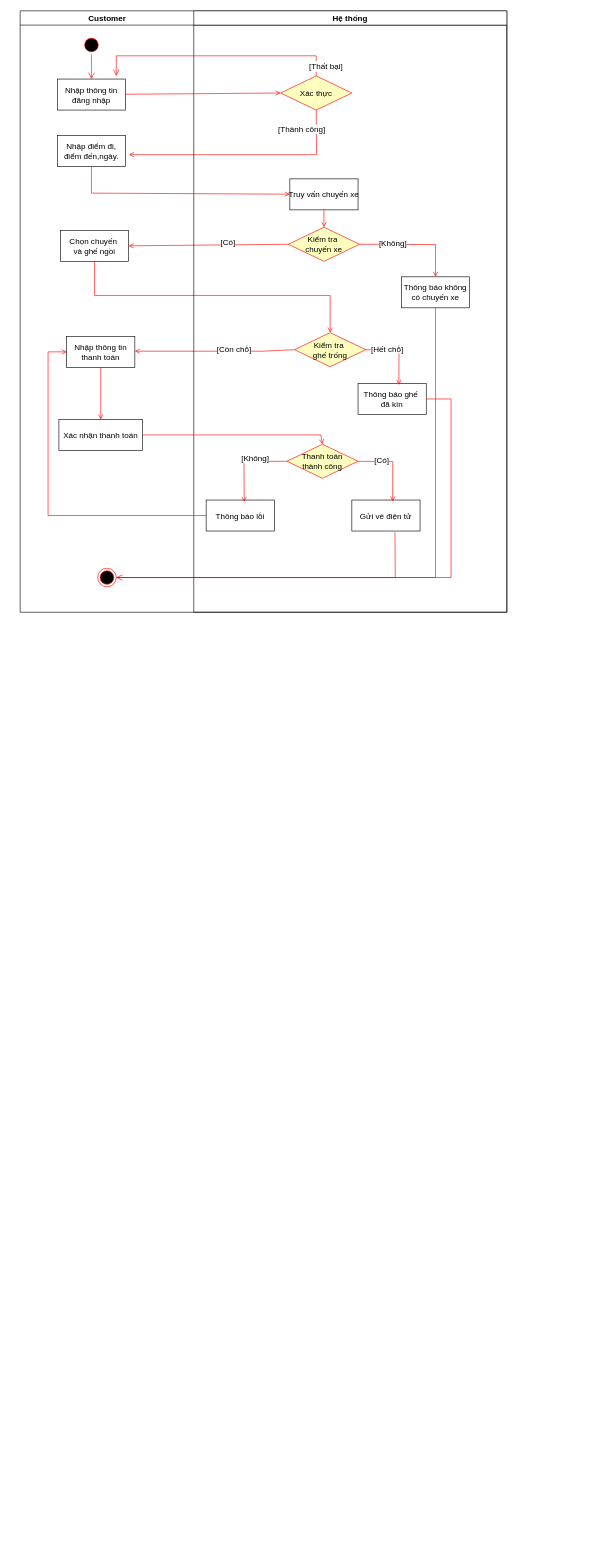
Above: Biểu đồ không có tiêu đề.drawio in anhquan1111/PBL3 (draw.io), before the change. Source tidied: cells renumbered, new cells numbered last; positions are measured from the earlier drawing's top-left corner, leaving out a move shared by most shapes. Both pictures are drawn from the tidied source at 62%, with x=0, y=0 at pixel (20, 11).
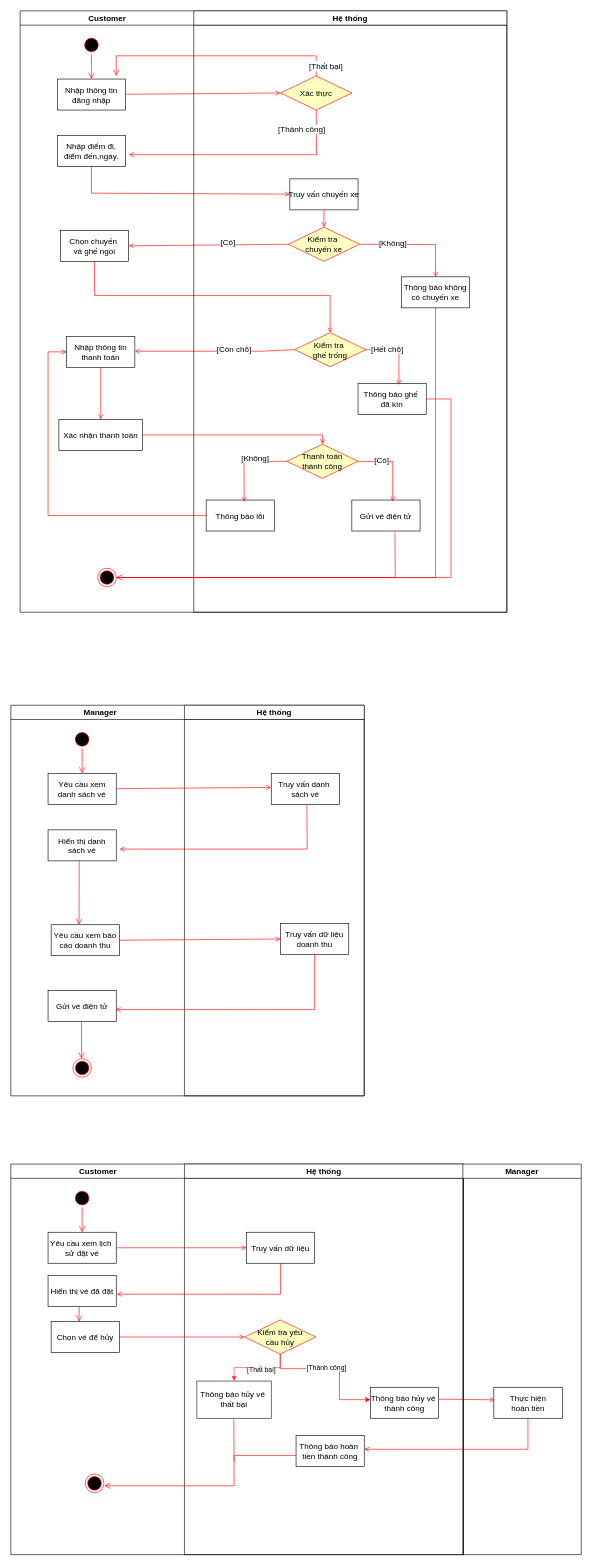
The same diagram, later.

Commit message:
Cập nhật Biểu đồ không có tiêu đề.drawio

Unchanged cells that the change refers to:
```xml
<mxCell id="27" value="Xác nhận thanh toán" style="fontSize=13;" parent="2" vertex="1">
  <mxGeometry x="62.5" y="659" width="135" height="50" as="geometry" />
</mxCell>
<mxCell id="34" value="Thanh toán&#10;thành công" style="rhombus;fillColor=#ffffc0;strokeColor=#ff0000;fontSize=13;" parent="29" vertex="1">
  <mxGeometry x="150" y="699" width="115" height="55" as="geometry" />
</mxCell>
```

Change to the diagram source:
```diff
@@
     <mxCell id="45" style="endArrow=open;strokeColor=#FF0000;endFill=1;rounded=0;entryX=0.5;entryY=0;entryDx=0;entryDy=0;exitX=1;exitY=0.5;exitDx=0;exitDy=0;fontSize=13;" parent="1" edge="1" source="27" target="34">
       <mxGeometry relative="1" as="geometry">
         <Array as="points">
-          <mxPoint x="485" y="684" />
+          <mxPoint x="488" y="684" />
         </Array>
       </mxGeometry>
     </mxCell>
+    <mxCell id="46" value="                                Manager" style="swimlane;whiteSpace=wrap;align=left;fontSize=13;" parent="1" vertex="1">
+      <mxGeometry x="-15" y="1120" width="570" height="630" as="geometry" />
+    </mxCell>
+    <mxCell id="47" style="ellipse;shape=startState;fillColor=#000000;strokeColor=#ff0000;fontSize=13;" parent="46" vertex="1">
+      <mxGeometry x="100" y="40" width="30" height="30" as="geometry" />
+    </mxCell>
+    <mxCell id="48" style="edgeStyle=elbowEdgeStyle;elbow=horizontal;verticalAlign=bottom;endArrow=open;endSize=8;strokeColor=#FF0000;endFill=1;rounded=0;fontSize=13;" parent="46" edge="1" source="47" target="49">
+      <mxGeometry x="100" y="40" as="geometry" />
+    </mxCell>
+    <mxCell id="49" value="Yêu cầu xem&#10;danh sách vé" style="fontSize=13;" parent="46" vertex="1">
+      <mxGeometry x="60" y="110" width="110" height="50" as="geometry" />
+    </mxCell>
+    <mxCell id="50" value="Hiển thị danh&#10;sách vé" style="fontSize=13;" parent="46" vertex="1">
+      <mxGeometry x="60" y="201" width="110" height="50" as="geometry" />
+    </mxCell>
+    <mxCell id="51" style="endArrow=open;strokeColor=#FF0000;endFill=1;rounded=0;exitX=0.5;exitY=1;exitDx=0;exitDy=0;fontSize=13;" parent="46" edge="1">
+      <mxGeometry relative="1" as="geometry">
+        <mxPoint x="477.5" y="160" as="sourcePoint" />
+        <mxPoint x="175.5" y="232" as="targetPoint" />
+        <Array as="points">
+          <mxPoint x="478" y="232" />
+        </Array>
+      </mxGeometry>
+    </mxCell>
+    <mxCell id="52" value="Yêu cầu xem báo&#10;cáo doanh thu" style="fontSize=13;" parent="46" vertex="1">
+      <mxGeometry x="65" y="354" width="110" height="50" as="geometry" />
+    </mxCell>
+    <mxCell id="53" style="ellipse;shape=endState;fillColor=#000000;strokeColor=#ff0000;fontSize=13;" parent="46" vertex="1">
+      <mxGeometry x="100" y="570" width="30" height="30" as="geometry" />
+    </mxCell>
+    <mxCell id="54" style="edgeStyle=elbowEdgeStyle;elbow=horizontal;verticalAlign=bottom;endArrow=open;endSize=8;strokeColor=#FF0000;endFill=1;rounded=0;fontSize=13;exitX=0.457;exitY=0.986;exitDx=0;exitDy=0;exitPerimeter=0;entryX=0.408;entryY=0.006;entryDx=0;entryDy=0;entryPerimeter=0;" parent="46" edge="1" source="50" target="52">
+      <mxGeometry x="-50" y="-1210" as="geometry" />
+    </mxCell>
+    <mxCell id="55" value="Gửi vé điện tử" style="fontSize=13;" parent="46" vertex="1">
+      <mxGeometry x="60" y="460" width="110" height="50" as="geometry" />
+    </mxCell>
+    <mxCell id="56" style="edgeStyle=elbowEdgeStyle;elbow=horizontal;verticalAlign=bottom;endArrow=open;endSize=8;strokeColor=#FF0000;endFill=1;rounded=0;fontSize=13;" parent="46" edge="1" source="55">
+      <mxGeometry x="-200" y="-2460" as="geometry">
+        <mxPoint x="114" y="570" as="targetPoint" />
+      </mxGeometry>
+    </mxCell>
+    <mxCell id="57" value="Hệ thống" style="swimlane;whiteSpace=wrap;fontSize=13;startSize=23;" parent="1" vertex="1">
+      <mxGeometry x="265" y="1120" width="290" height="630" as="geometry" />
+    </mxCell>
+    <mxCell id="58" value="Truy vấn danh &#10;sách vé" style="fontSize=13;" parent="57" vertex="1">
+      <mxGeometry x="140" y="110" width="110" height="50" as="geometry" />
+    </mxCell>
+    <mxCell id="59" value="Truy vấn dữ liệu&#10;doanh thu" style="fontSize=13;" parent="57" vertex="1">
+      <mxGeometry x="155" y="352" width="110" height="50" as="geometry" />
+    </mxCell>
+    <mxCell id="60" style="endArrow=open;strokeColor=#FF0000;endFill=1;rounded=0;entryX=0;entryY=0.5;entryDx=0;entryDy=0;fontSize=13;" parent="1" edge="1" source="49">
+      <mxGeometry relative="1" as="geometry">
+        <mxPoint x="405" y="1252.5" as="targetPoint" />
+      </mxGeometry>
+    </mxCell>
+    <mxCell id="61" style="endArrow=open;strokeColor=#FF0000;endFill=1;rounded=0;exitX=1;exitY=0.5;exitDx=0;exitDy=0;entryX=0;entryY=0.5;entryDx=0;entryDy=0;fontSize=13;" parent="1" edge="1" source="52" target="59">
+      <mxGeometry relative="1" as="geometry" />
+    </mxCell>
+    <mxCell id="62" style="endArrow=open;strokeColor=#FF0000;endFill=1;rounded=0;exitX=0.5;exitY=1;exitDx=0;exitDy=0;fontSize=13;entryX=0.991;entryY=0.617;entryDx=0;entryDy=0;entryPerimeter=0;" parent="1" edge="1" source="59" target="55">
+      <mxGeometry relative="1" as="geometry">
+        <Array as="points">
+          <mxPoint x="475" y="1611" />
+        </Array>
+      </mxGeometry>
+    </mxCell>
+    <mxCell id="63" value="                              Customer" style="swimlane;whiteSpace=wrap;align=left;fontSize=13;" parent="1" vertex="1">
+      <mxGeometry x="-15" y="1860" width="730" height="630" as="geometry" />
+    </mxCell>
+    <mxCell id="64" style="ellipse;shape=startState;fillColor=#000000;strokeColor=#ff0000;fontSize=13;" parent="63" vertex="1">
+      <mxGeometry x="100" y="40" width="30" height="30" as="geometry" />
+    </mxCell>
+    <mxCell id="65" style="edgeStyle=elbowEdgeStyle;elbow=horizontal;verticalAlign=bottom;endArrow=open;endSize=8;strokeColor=#FF0000;endFill=1;rounded=0;fontSize=13;" parent="63" edge="1" source="64" target="66">
+      <mxGeometry x="100" y="40" as="geometry" />
+    </mxCell>
+    <mxCell id="66" value="Yêu cầu xem lịch &#10;sử đặt vé" style="fontSize=13;" parent="63" vertex="1">
+      <mxGeometry x="60" y="110" width="110" height="50" as="geometry" />
+    </mxCell>
+    <mxCell id="67" value="Hiển thị vé đã đặt" style="fontSize=13;" parent="63" vertex="1">
+      <mxGeometry x="60" y="180" width="110" height="50" as="geometry" />
+    </mxCell>
+    <mxCell id="68" style="edgeStyle=elbowEdgeStyle;elbow=horizontal;verticalAlign=bottom;endArrow=open;endSize=8;strokeColor=#FF0000;endFill=1;rounded=0;fontSize=13;exitX=0.457;exitY=0.986;exitDx=0;exitDy=0;exitPerimeter=0;entryX=0.408;entryY=0.006;entryDx=0;entryDy=0;entryPerimeter=0;" parent="63" edge="1" source="67" target="69">
+      <mxGeometry x="-50" y="-1210" as="geometry" />
+    </mxCell>
+    <mxCell id="69" value="Chọn vé để hủy" style="fontSize=13;" parent="63" vertex="1">
+      <mxGeometry x="65" y="254" width="110" height="50" as="geometry" />
+    </mxCell>
+    <mxCell id="70" style="ellipse;shape=endState;fillColor=#000000;strokeColor=#ff0000;fontSize=13;" parent="63" vertex="1">
+      <mxGeometry x="120" y="500" width="30" height="30" as="geometry" />
+    </mxCell>
+    <mxCell id="71" value="Hệ thống" style="swimlane;whiteSpace=wrap;fontSize=13;startSize=23;" parent="1" vertex="1">
+      <mxGeometry x="265" y="1860" width="450" height="630" as="geometry" />
+    </mxCell>
+    <mxCell id="72" value="Truy vấn dữ liệu" style="fontSize=13;" parent="71" vertex="1">
+      <mxGeometry x="100" y="110" width="110" height="50" as="geometry" />
+    </mxCell>
+    <mxCell id="73" style="edgeStyle=orthogonalEdgeStyle;rounded=0;jettySize=auto;html=1;strokeColor=#FF3333;" parent="71" edge="1" source="75" target="76">
+      <mxGeometry relative="1" as="geometry" />
+    </mxCell>
+    <mxCell id="74" value="[Thất bại]" style="edgeLabel;html=1;align=center;verticalAlign=middle;" parent="73" vertex="1">
+      <mxGeometry x="-0.11" y="3" relative="1" as="geometry" />
+    </mxCell>
+    <mxCell id="75" value="Kiểm tra yêu&#10;cầu hủy" style="rhombus;fillColor=#ffffc0;strokeColor=#ff0000;fontSize=13;" parent="71" vertex="1">
+      <mxGeometry x="97" y="251.5" width="115" height="55" as="geometry" />
+    </mxCell>
+    <mxCell id="76" value="Thông báo hủy vé&amp;nbsp;&lt;div&gt;thất bại&lt;/div&gt;" style="whiteSpace=wrap;html=1;fontSize=13;fillColor=#FFFFFF;strokeColor=#1A1A1A;" parent="71" vertex="1">
+      <mxGeometry x="20" y="350" width="120" height="60" as="geometry" />
+    </mxCell>
+    <mxCell id="77" value="Thông báo hủy vé &#10;thành công" style="fontSize=13;" parent="71" vertex="1">
+      <mxGeometry x="300" y="360" width="110" height="50" as="geometry" />
+    </mxCell>
+    <mxCell id="78" style="endArrow=open;strokeColor=#FF0000;endFill=1;rounded=0;exitX=0.5;exitY=1;exitDx=0;exitDy=0;fontSize=13;entryX=1.009;entryY=0.599;entryDx=0;entryDy=0;entryPerimeter=0;" parent="71" edge="1">
+      <mxGeometry relative="1" as="geometry">
+        <mxPoint x="554" y="410" as="sourcePoint" />
+        <mxPoint x="290" y="460" as="targetPoint" />
+        <Array as="points">
+          <mxPoint x="554" y="460" />
+        </Array>
+      </mxGeometry>
+    </mxCell>
+    <mxCell id="79" value="Thông báo hoàn &#10;tiền thành công" style="fontSize=13;" parent="71" vertex="1">
+      <mxGeometry x="180" y="438" width="110" height="50" as="geometry" />
+    </mxCell>
+    <mxCell id="80" style="edgeStyle=elbowEdgeStyle;elbow=horizontal;verticalAlign=bottom;endArrow=open;endSize=8;strokeColor=#FF0000;endFill=1;rounded=0;fontSize=13;entryX=1.023;entryY=0.631;entryDx=0;entryDy=0;entryPerimeter=0;" parent="71" edge="1" target="70">
+      <mxGeometry x="-480" y="-2460" as="geometry">
+        <mxPoint x="180" y="470" as="sourcePoint" />
+        <Array as="points">
+          <mxPoint x="80" y="490" />
+        </Array>
+      </mxGeometry>
+    </mxCell>
+    <mxCell id="81" style="edgeStyle=orthogonalEdgeStyle;rounded=0;jettySize=auto;html=1;exitX=0.5;exitY=1;exitDx=0;exitDy=0;strokeColor=#FF0000;" parent="71" edge="1" source="75">
+      <mxGeometry relative="1" as="geometry">
+        <mxPoint x="300" y="380" as="targetPoint" />
+        <Array as="points">
+          <mxPoint x="155" y="330" />
+          <mxPoint x="250" y="330" />
+          <mxPoint x="250" y="380" />
+          <mxPoint x="300" y="380" />
+        </Array>
+      </mxGeometry>
+    </mxCell>
+    <mxCell id="82" value="[Thành công]" style="edgeLabel;html=1;align=center;verticalAlign=middle;" parent="81" vertex="1">
+      <mxGeometry x="-0.11" y="3" relative="1" as="geometry" />
+    </mxCell>
+    <mxCell id="83" style="endArrow=open;strokeColor=#FF0000;endFill=1;rounded=0;fontSize=13;entryX=0.015;entryY=0.406;entryDx=0;entryDy=0;entryPerimeter=0;" parent="71" edge="1" target="87">
+      <mxGeometry relative="1" as="geometry">
+        <mxPoint x="410" y="379.2" as="sourcePoint" />
+      </mxGeometry>
+    </mxCell>
+    <mxCell id="84" style="edgeStyle=elbowEdgeStyle;elbow=horizontal;verticalAlign=bottom;endArrow=none;endSize=8;strokeColor=#FF0000;endFill=1;rounded=0;fontSize=13;startFill=0;" parent="71" edge="1">
+      <mxGeometry x="-330" y="-1950" as="geometry">
+        <mxPoint x="79.6" y="410" as="sourcePoint" />
+        <mxPoint x="80" y="480" as="targetPoint" />
+      </mxGeometry>
+    </mxCell>
+    <mxCell id="85" style="endArrow=open;strokeColor=#FF0000;endFill=1;rounded=0;fontSize=13;" parent="1" edge="1" source="66">
+      <mxGeometry relative="1" as="geometry">
+        <mxPoint x="365" y="1995" as="targetPoint" />
+      </mxGeometry>
+    </mxCell>
+    <mxCell id="86" value="Manager" style="swimlane;whiteSpace=wrap;fontSize=13;startSize=23;" parent="1" vertex="1">
+      <mxGeometry x="714" y="1860" width="191" height="630" as="geometry" />
+    </mxCell>
+    <mxCell id="87" value="Thực hiện&#10;hoàn tiền" style="fontSize=13;" parent="86" vertex="1">
+      <mxGeometry x="50" y="360" width="111" height="50" as="geometry" />
+    </mxCell>
+    <mxCell id="88" style="endArrow=open;strokeColor=#FF0000;endFill=1;rounded=0;exitX=0.5;exitY=1;exitDx=0;exitDy=0;fontSize=13;entryX=1.009;entryY=0.599;entryDx=0;entryDy=0;entryPerimeter=0;" parent="1" edge="1" source="72" target="67">
+      <mxGeometry relative="1" as="geometry">
+        <Array as="points">
+          <mxPoint x="420" y="2070" />
+        </Array>
+      </mxGeometry>
+    </mxCell>
+    <mxCell id="89" style="endArrow=open;strokeColor=#FF0000;endFill=1;rounded=0;exitX=1;exitY=0.5;exitDx=0;exitDy=0;fontSize=13;" parent="1" edge="1" source="69" target="75">
+      <mxGeometry relative="1" as="geometry" />
+    </mxCell>
```
